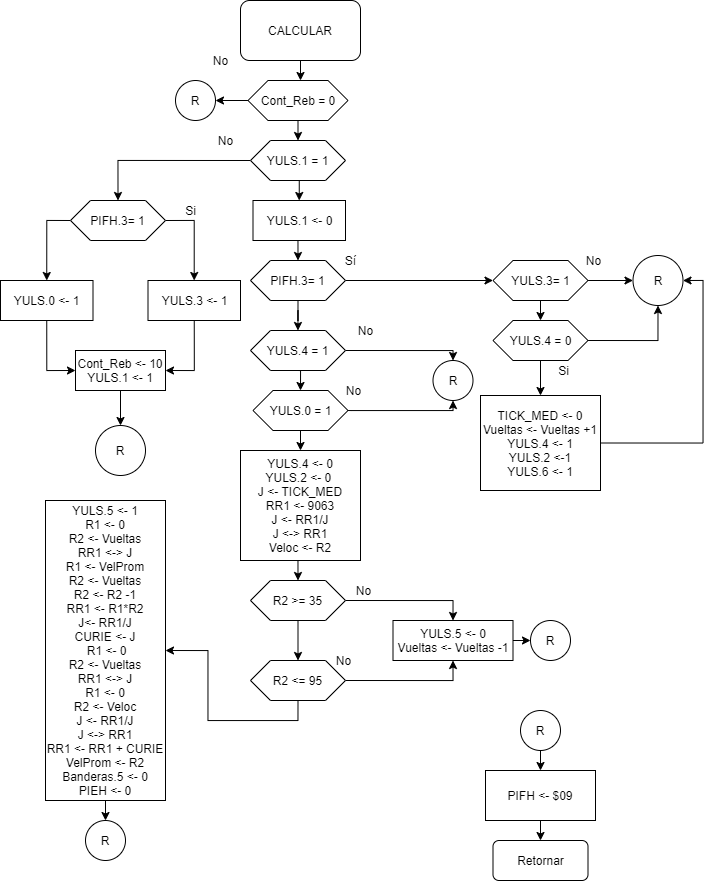
Above: PF/CALCULAR.png in robz25/Microprocesadores (draw.io), before the change. Source tidied: cells renumbered, new cells last; positions are measured from the earlier drawing's top-left corner, leaving out a move shared by most shapes.
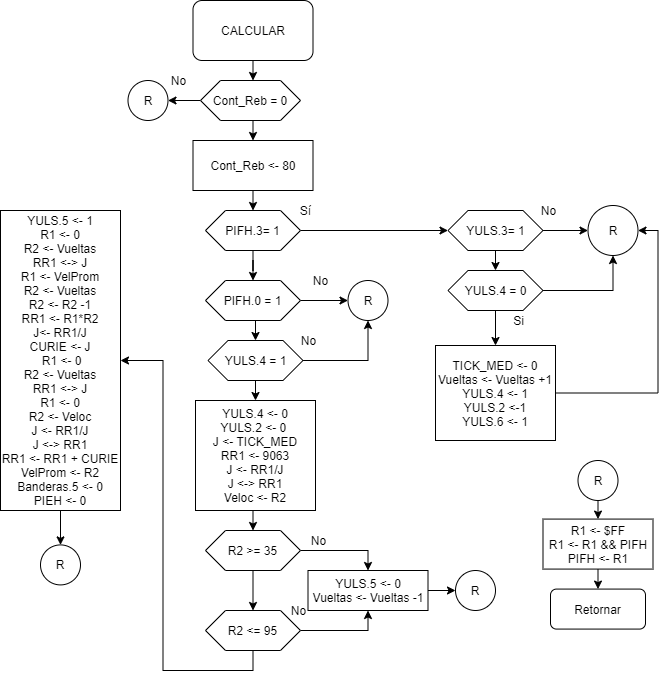
The same file after the commit.

Diff of the diagram source:
```diff
@@ -4,42 +4,26 @@
     <mxCell id="1" parent="0" />
     <mxCell id="2" style="edgeStyle=orthogonalEdgeStyle;rounded=0;jettySize=auto;html=1;exitX=0.5;exitY=1;exitDx=0;exitDy=0;entryX=0.5;entryY=0;entryDx=0;entryDy=0;" parent="1" edge="1" source="3">
       <mxGeometry relative="1" as="geometry">
-        <mxPoint x="300" y="80" as="targetPoint" />
+        <mxPoint x="297.5" y="130" as="targetPoint" />
       </mxGeometry>
     </mxCell>
     <mxCell id="3" value="CALCULAR" style="rounded=1;whiteSpace=wrap;html=1;" parent="1" vertex="1">
-      <mxGeometry x="240" width="120" height="60" as="geometry" />
+      <mxGeometry x="237.5" y="50" width="120" height="60" as="geometry" />
     </mxCell>
-    <mxCell id="4" style="edgeStyle=orthogonalEdgeStyle;rounded=0;jettySize=auto;html=1;exitX=0.5;exitY=1;exitDx=0;exitDy=0;entryX=0.5;entryY=0;entryDx=0;entryDy=0;" parent="1" edge="1" source="6" target="8">
-      <mxGeometry relative="1" as="geometry" />
-    </mxCell>
-    <mxCell id="5" style="edgeStyle=orthogonalEdgeStyle;rounded=0;jettySize=auto;html=1;exitX=0;exitY=0.5;exitDx=0;exitDy=0;entryX=0.5;entryY=0;entryDx=0;entryDy=0;" parent="1" edge="1" source="6" target="41">
-      <mxGeometry relative="1" as="geometry" />
-    </mxCell>
-    <mxCell id="6" value="YULS.1 = 1" style="shape=hexagon;perimeter=hexagonPerimeter2;whiteSpace=wrap;html=1;fixedSize=1;" parent="1" vertex="1">
-      <mxGeometry x="250" y="140" width="95" height="40" as="geometry" />
-    </mxCell>
-    <mxCell id="7" style="edgeStyle=orthogonalEdgeStyle;rounded=0;jettySize=auto;html=1;exitX=0.5;exitY=1;exitDx=0;exitDy=0;entryX=0.5;entryY=0;entryDx=0;entryDy=0;" parent="1" edge="1" source="8" target="16">
-      <mxGeometry relative="1" as="geometry" />
+    <mxCell id="7" style="edgeStyle=orthogonalEdgeStyle;rounded=0;jettySize=auto;html=1;exitX=0.5;exitY=1;exitDx=0;exitDy=0;entryX=0.5;entryY=0;entryDx=0;entryDy=0;" parent="1" edge="1" target="16">
+      <mxGeometry relative="1" as="geometry">
+        <mxPoint x="298.8" y="240" as="sourcePoint" />
+      </mxGeometry>
     </mxCell>
-    <mxCell id="8" value="YULS.1 &amp;lt;- 0&lt;br&gt;" style="rounded=0;whiteSpace=wrap;html=1;" parent="1" vertex="1">
-      <mxGeometry x="252.5" y="200" width="92.5" height="40" as="geometry" />
-    </mxCell>
-    <mxCell id="9" value="No" style="text;html=1;align=center;verticalAlign=middle;" parent="1" vertex="1">
-      <mxGeometry x="210" y="130" width="30" height="20" as="geometry" />
-    </mxCell>
-    <mxCell id="10" style="edgeStyle=orthogonalEdgeStyle;rounded=0;jettySize=auto;html=1;exitX=0.5;exitY=1;exitDx=0;exitDy=0;entryX=0.5;entryY=0;entryDx=0;entryDy=0;" parent="1" edge="1" source="12" target="6">
-      <mxGeometry relative="1" as="geometry" />
-    </mxCell>
     <mxCell id="11" style="edgeStyle=orthogonalEdgeStyle;rounded=0;jettySize=auto;html=1;exitX=0;exitY=0.5;exitDx=0;exitDy=0;entryX=1;entryY=0.5;entryDx=0;entryDy=0;" parent="1" edge="1" source="12" target="68">
       <mxGeometry relative="1" as="geometry" />
     </mxCell>
+    <mxCell id="73" style="edgeStyle=orthogonalEdgeStyle;rounded=0;jettySize=auto;html=1;exitX=0.5;exitY=1;exitDx=0;exitDy=0;entryX=0.5;entryY=0;entryDx=0;entryDy=0;" parent="1" edge="1" source="12" target="74">
+      <mxGeometry relative="1" as="geometry" />
+    </mxCell>
     <mxCell id="12" value="Cont_Reb = 0" style="shape=hexagon;perimeter=hexagonPerimeter2;whiteSpace=wrap;html=1;fixedSize=1;" parent="1" vertex="1">
-      <mxGeometry x="247.5" y="80" width="100" height="40" as="geometry" />
+      <mxGeometry x="245" y="130" width="100" height="40" as="geometry" />
     </mxCell>
-    <mxCell id="13" style="edgeStyle=orthogonalEdgeStyle;rounded=0;orthogonalLoop=1;jettySize=auto;html=1;exitX=0.5;exitY=1;exitDx=0;exitDy=0;" parent="1" edge="1" source="6" target="6">
-      <mxGeometry relative="1" as="geometry" />
-    </mxCell>
     <mxCell id="14" style="edgeStyle=orthogonalEdgeStyle;rounded=0;jettySize=auto;html=1;exitX=1;exitY=0.5;exitDx=0;exitDy=0;entryX=0;entryY=0.5;entryDx=0;entryDy=0;" parent="1" edge="1" source="16" target="19">
       <mxGeometry relative="1" as="geometry" />
     </mxCell>
@@ -82,38 +66,29 @@
     <mxCell id="27" value="YULS.4 = 0" style="shape=hexagon;perimeter=hexagonPerimeter2;whiteSpace=wrap;html=1;fixedSize=1;" parent="1" vertex="1">
       <mxGeometry x="492.5" y="320" width="95" height="40" as="geometry" />
     </mxCell>
+    <mxCell id="29" style="edgeStyle=orthogonalEdgeStyle;rounded=0;jettySize=auto;html=1;exitX=0.5;exitY=1;exitDx=0;exitDy=0;entryX=0.5;entryY=0;entryDx=0;entryDy=0;" parent="1" edge="1" source="30" target="34">
+      <mxGeometry relative="1" as="geometry" />
+    </mxCell>
-    <mxCell id="28" style="edgeStyle=orthogonalEdgeStyle;rounded=0;jettySize=auto;html=1;exitX=1;exitY=0.5;exitDx=0;exitDy=0;entryX=0.5;entryY=0;entryDx=0;entryDy=0;" parent="1" edge="1" source="30" target="35">
-      <mxGeometry relative="1" as="geometry">
-        <Array as="points">
-          <mxPoint x="452.5" y="350" />
-        </Array>
-      </mxGeometry>
+    <mxCell id="28" style="edgeStyle=orthogonalEdgeStyle;rounded=0;jettySize=auto;html=1;exitX=1;exitY=0.5;exitDx=0;exitDy=0;entryX=0;entryY=0.5;entryDx=0;entryDy=0;" parent="1" edge="1" source="30" target="35">
+      <mxGeometry relative="1" as="geometry" />
     </mxCell>
-    <mxCell id="29" style="edgeStyle=orthogonalEdgeStyle;rounded=0;jettySize=auto;html=1;exitX=0.5;exitY=1;exitDx=0;exitDy=0;entryX=0.5;entryY=0;entryDx=0;entryDy=0;" parent="1" edge="1" source="30" target="34">
-      <mxGeometry relative="1" as="geometry" />
-    </mxCell>
-    <mxCell id="30" value="YULS.4 = 1" style="shape=hexagon;perimeter=hexagonPerimeter2;whiteSpace=wrap;html=1;fixedSize=1;" parent="1" vertex="1">
+    <mxCell id="30" value="PIFH.0 = 1" style="shape=hexagon;perimeter=hexagonPerimeter2;whiteSpace=wrap;html=1;fixedSize=1;" parent="1" vertex="1">
       <mxGeometry x="250" y="330" width="95" height="40" as="geometry" />
     </mxCell>
     <mxCell id="31" value="No" style="text;html=1;align=center;verticalAlign=middle;" parent="1" vertex="1">
       <mxGeometry x="350" y="320" width="30" height="20" as="geometry" />
     </mxCell>
+    <mxCell id="33" style="edgeStyle=orthogonalEdgeStyle;rounded=0;jettySize=auto;html=1;exitX=0.5;exitY=1;exitDx=0;exitDy=0;entryX=0.5;entryY=0;entryDx=0;entryDy=0;" parent="1" edge="1" source="34" target="38">
+      <mxGeometry relative="1" as="geometry" />
+    </mxCell>
     <mxCell id="32" style="edgeStyle=orthogonalEdgeStyle;rounded=0;jettySize=auto;html=1;exitX=1;exitY=0.5;exitDx=0;exitDy=0;entryX=0.5;entryY=1;entryDx=0;entryDy=0;" parent="1" edge="1" source="34" target="35">
-      <mxGeometry relative="1" as="geometry">
-        <Array as="points">
-          <mxPoint x="350.5" y="410" />
-          <mxPoint x="452.5" y="410" />
-        </Array>
-      </mxGeometry>
+      <mxGeometry relative="1" as="geometry" />
     </mxCell>
-    <mxCell id="33" style="edgeStyle=orthogonalEdgeStyle;rounded=0;jettySize=auto;html=1;exitX=0.5;exitY=1;exitDx=0;exitDy=0;entryX=0.5;entryY=0;entryDx=0;entryDy=0;" parent="1" edge="1" source="34" target="38">
-      <mxGeometry relative="1" as="geometry" />
-    </mxCell>
-    <mxCell id="34" value="YULS.0 = 1" style="shape=hexagon;perimeter=hexagonPerimeter2;whiteSpace=wrap;html=1;fixedSize=1;" parent="1" vertex="1">
+    <mxCell id="34" value="YULS.4 = 1" style="shape=hexagon;perimeter=hexagonPerimeter2;whiteSpace=wrap;html=1;fixedSize=1;" parent="1" vertex="1">
       <mxGeometry x="252.5" y="390" width="95" height="40" as="geometry" />
     </mxCell>
     <mxCell id="35" value="R" style="ellipse;whiteSpace=wrap;html=1;" parent="1" vertex="1">
-      <mxGeometry x="432.5" y="360" width="40" height="40" as="geometry" />
+      <mxGeometry x="392.5" y="330" width="40" height="40" as="geometry" />
     </mxCell>
     <mxCell id="36" value="No" style="text;html=1;align=center;verticalAlign=middle;" parent="1" vertex="1">
       <mxGeometry x="337.5" y="380" width="30" height="20" as="geometry" />
@@ -124,39 +99,6 @@
     <mxCell id="38" value="YULS.4 &amp;lt;- 0&lt;br&gt;YULS.2 &amp;lt;- 0&amp;nbsp;&lt;br&gt;J &amp;lt;- TICK_MED&lt;br&gt;RR1 &amp;lt;- 9063&lt;br&gt;J &amp;lt;- RR1/J&lt;br&gt;J &amp;lt;-&amp;gt; RR1&lt;br&gt;Veloc &amp;lt;- R2" style="rounded=0;whiteSpace=wrap;html=1;" parent="1" vertex="1">
       <mxGeometry x="240" y="450" width="120" height="110" as="geometry" />
     </mxCell>
-    <mxCell id="39" style="edgeStyle=orthogonalEdgeStyle;rounded=0;jettySize=auto;html=1;exitX=1;exitY=0.5;exitDx=0;exitDy=0;" parent="1" edge="1" source="41" target="43">
-      <mxGeometry relative="1" as="geometry" />
-    </mxCell>
-    <mxCell id="40" style="edgeStyle=orthogonalEdgeStyle;rounded=0;jettySize=auto;html=1;exitX=0;exitY=0.5;exitDx=0;exitDy=0;entryX=0.5;entryY=0;entryDx=0;entryDy=0;" parent="1" edge="1" source="41" target="45">
-      <mxGeometry relative="1" as="geometry" />
-    </mxCell>
-    <mxCell id="41" value="PIFH.3= 1" style="shape=hexagon;perimeter=hexagonPerimeter2;whiteSpace=wrap;html=1;fixedSize=1;" parent="1" vertex="1">
-      <mxGeometry x="70" y="200" width="95" height="40" as="geometry" />
-    </mxCell>
-    <mxCell id="42" style="edgeStyle=orthogonalEdgeStyle;rounded=0;jettySize=auto;html=1;exitX=0.5;exitY=1;exitDx=0;exitDy=0;entryX=1;entryY=0.5;entryDx=0;entryDy=0;" parent="1" edge="1" source="43" target="49">
-      <mxGeometry relative="1" as="geometry" />
-    </mxCell>
-    <mxCell id="43" value="YULS.3 &amp;lt;- 1" style="rounded=0;whiteSpace=wrap;html=1;" parent="1" vertex="1">
-      <mxGeometry x="147.5" y="280" width="92.5" height="40" as="geometry" />
-    </mxCell>
-    <mxCell id="44" style="edgeStyle=orthogonalEdgeStyle;rounded=0;jettySize=auto;html=1;exitX=0.5;exitY=1;exitDx=0;exitDy=0;entryX=0;entryY=0.5;entryDx=0;entryDy=0;" parent="1" edge="1" source="45" target="49">
-      <mxGeometry relative="1" as="geometry" />
-    </mxCell>
-    <mxCell id="45" value="YULS.0 &amp;lt;- 1" style="rounded=0;whiteSpace=wrap;html=1;" parent="1" vertex="1">
-      <mxGeometry y="280" width="92.5" height="40" as="geometry" />
-    </mxCell>
-    <mxCell id="46" value="Si" style="text;html=1;align=center;verticalAlign=middle;" parent="1" vertex="1">
-      <mxGeometry x="175" y="200" width="30" height="20" as="geometry" />
-    </mxCell>
-    <mxCell id="47" value="R" style="ellipse;whiteSpace=wrap;html=1;" parent="1" vertex="1">
-      <mxGeometry x="95" y="425" width="50" height="50" as="geometry" />
-    </mxCell>
-    <mxCell id="48" style="edgeStyle=orthogonalEdgeStyle;rounded=0;jettySize=auto;html=1;exitX=0.5;exitY=1;exitDx=0;exitDy=0;entryX=0.5;entryY=0;entryDx=0;entryDy=0;" parent="1" edge="1" source="49" target="47">
-      <mxGeometry relative="1" as="geometry" />
-    </mxCell>
-    <mxCell id="49" value="Cont_Reb &amp;lt;- 10&lt;br&gt;YULS.1 &amp;lt;- 1" style="rounded=0;whiteSpace=wrap;html=1;" parent="1" vertex="1">
-      <mxGeometry x="75" y="350" width="90" height="40" as="geometry" />
-    </mxCell>
     <mxCell id="50" style="edgeStyle=orthogonalEdgeStyle;rounded=0;jettySize=auto;html=1;exitX=0.5;exitY=1;exitDx=0;exitDy=0;entryX=0.5;entryY=0;entryDx=0;entryDy=0;" parent="1" edge="1" source="52" target="55">
       <mxGeometry relative="1" as="geometry" />
     </mxCell>
@@ -179,7 +121,7 @@
       <mxGeometry relative="1" as="geometry" />
     </mxCell>
     <mxCell id="57" value="YULS.5 &amp;lt;- 0&lt;br&gt;Vueltas &amp;lt;- Vueltas -1" style="rounded=0;whiteSpace=wrap;html=1;" parent="1" vertex="1">
-      <mxGeometry x="392.5" y="620" width="120" height="40" as="geometry" />
+      <mxGeometry x="352.5" y="620" width="120" height="40" as="geometry" />
     </mxCell>
     <mxCell id="58" value="No" style="text;html=1;align=center;verticalAlign=middle;" parent="1" vertex="1">
       <mxGeometry x="347.5" y="580" width="30" height="20" as="geometry" />
@@ -188,43 +130,48 @@
       <mxGeometry x="327.5" y="650" width="30" height="20" as="geometry" />
     </mxCell>
     <mxCell id="60" value="R" style="ellipse;whiteSpace=wrap;html=1;" parent="1" vertex="1">
-      <mxGeometry x="530" y="620" width="40" height="40" as="geometry" />
+      <mxGeometry x="500" y="620" width="40" height="40" as="geometry" />
     </mxCell>
     <mxCell id="61" style="edgeStyle=orthogonalEdgeStyle;rounded=0;jettySize=auto;html=1;exitX=0.5;exitY=1;exitDx=0;exitDy=0;entryX=0.5;entryY=0;entryDx=0;entryDy=0;" parent="1" edge="1" source="62" target="63">
       <mxGeometry relative="1" as="geometry" />
     </mxCell>
     <mxCell id="62" value="YULS.5 &amp;lt;- 1&lt;br&gt;R1 &amp;lt;- 0&lt;br&gt;R2 &amp;lt;- Vueltas&lt;br&gt;RR1 &amp;lt;-&amp;gt; J&lt;br&gt;R1 &amp;lt;- VelProm&lt;br&gt;R2 &amp;lt;- Vueltas&lt;br&gt;R2 &amp;lt;- R2 -1&lt;br&gt;RR1 &amp;lt;- R1*R2&lt;br&gt;J&amp;lt;- RR1/J&lt;br&gt;CURIE &amp;lt;- J&lt;br&gt;&amp;nbsp;R1 &amp;lt;- 0&lt;br&gt;R2 &amp;lt;- Vueltas&lt;br&gt;RR1 &amp;lt;-&amp;gt; J&lt;br&gt;R1 &amp;lt;- 0&lt;br&gt;R2 &amp;lt;- Veloc&lt;br&gt;J &amp;lt;- RR1/J&lt;br&gt;J &amp;lt;-&amp;gt; RR1&lt;br&gt;RR1 &amp;lt;- RR1 + CURIE&lt;br&gt;VelProm &amp;lt;- R2&lt;br&gt;Banderas.5 &amp;lt;- 0&lt;br&gt;PIEH &amp;lt;- 0" style="rounded=0;whiteSpace=wrap;html=1;" parent="1" vertex="1">
-      <mxGeometry x="45" y="500" width="120" height="300" as="geometry" />
+      <mxGeometry x="45" y="260" width="120" height="300" as="geometry" />
     </mxCell>
     <mxCell id="63" value="R" style="ellipse;whiteSpace=wrap;html=1;" parent="1" vertex="1">
-      <mxGeometry x="85" y="820" width="40" height="40" as="geometry" />
+      <mxGeometry x="85" y="594.4" width="40" height="40" as="geometry" />
     </mxCell>
     <mxCell id="64" value="Retornar" style="rounded=1;whiteSpace=wrap;html=1;" parent="1" vertex="1">
-      <mxGeometry x="492.5" y="840" width="95" height="40" as="geometry" />
+      <mxGeometry x="595" y="638.6" width="95" height="40" as="geometry" />
     </mxCell>
-    <mxCell id="65" style="edgeStyle=orthogonalEdgeStyle;rounded=0;jettySize=auto;html=1;exitX=0.5;exitY=1;exitDx=0;exitDy=0;entryX=0.5;entryY=0;entryDx=0;entryDy=0;" parent="1" edge="1" source="66" target="72">
-      <mxGeometry relative="1" as="geometry" />
+    <mxCell id="65" style="edgeStyle=orthogonalEdgeStyle;rounded=0;jettySize=auto;html=1;exitX=0.5;exitY=1;exitDx=0;exitDy=0;entryX=0.5;entryY=0;entryDx=0;entryDy=0;" parent="1" edge="1" target="72">
+      <mxGeometry relative="1" as="geometry">
+        <mxPoint x="642.5" y="548.6" as="sourcePoint" />
+      </mxGeometry>
     </mxCell>
     <mxCell id="66" value="R" style="ellipse;whiteSpace=wrap;html=1;" parent="1" vertex="1">
-      <mxGeometry x="520" y="710" width="40" height="40" as="geometry" />
+      <mxGeometry x="622.5" y="510" width="40" height="40" as="geometry" />
     </mxCell>
     <mxCell id="67" style="edgeStyle=orthogonalEdgeStyle;rounded=0;orthogonalLoop=1;jettySize=auto;html=1;exitX=0.5;exitY=1;exitDx=0;exitDy=0;" parent="1" edge="1" source="64" target="64">
       <mxGeometry relative="1" as="geometry" />
     </mxCell>
     <mxCell id="68" value="R" style="ellipse;whiteSpace=wrap;html=1;" parent="1" vertex="1">
-      <mxGeometry x="175" y="80" width="40" height="40" as="geometry" />
+      <mxGeometry x="172.5" y="130" width="40" height="40" as="geometry" />
     </mxCell>
     <mxCell id="69" value="Si" style="text;html=1;align=center;verticalAlign=middle;" parent="1" vertex="1">
       <mxGeometry x="547.5" y="360" width="30" height="20" as="geometry" />
     </mxCell>
     <mxCell id="70" value="No" style="text;html=1;align=center;verticalAlign=middle;" parent="1" vertex="1">
-      <mxGeometry x="205" y="50" width="30" height="20" as="geometry" />
+      <mxGeometry x="207.5" y="120" width="30" height="20" as="geometry" />
     </mxCell>
     <mxCell id="71" style="edgeStyle=orthogonalEdgeStyle;rounded=0;jettySize=auto;html=1;exitX=0.5;exitY=1;exitDx=0;exitDy=0;entryX=0.5;entryY=0;entryDx=0;entryDy=0;" parent="1" edge="1" source="72" target="64">
       <mxGeometry relative="1" as="geometry" />
     </mxCell>
-    <mxCell id="72" value="PIFH &amp;lt;- $09" style="rounded=0;whiteSpace=wrap;html=1;" parent="1" vertex="1">
-      <mxGeometry x="485" y="770" width="110" height="50" as="geometry" />
+    <mxCell id="72" value="R1 &amp;lt;- $FF&lt;br&gt;R1 &amp;lt;- R1 &amp;amp;&amp;amp; PIFH&lt;br&gt;PIFH &amp;lt;- R1" style="rounded=0;whiteSpace=wrap;html=1;" parent="1" vertex="1">
+      <mxGeometry x="587.5" y="568.6" width="110" height="50" as="geometry" />
     </mxCell>
+    <mxCell id="74" value="Cont_Reb &amp;lt;- 80" style="rounded=0;whiteSpace=wrap;html=1;" parent="1" vertex="1">
+      <mxGeometry x="237.5" y="190" width="120" height="50" as="geometry" />
+    </mxCell>
   </root>
 </mxGraphModel>
```
